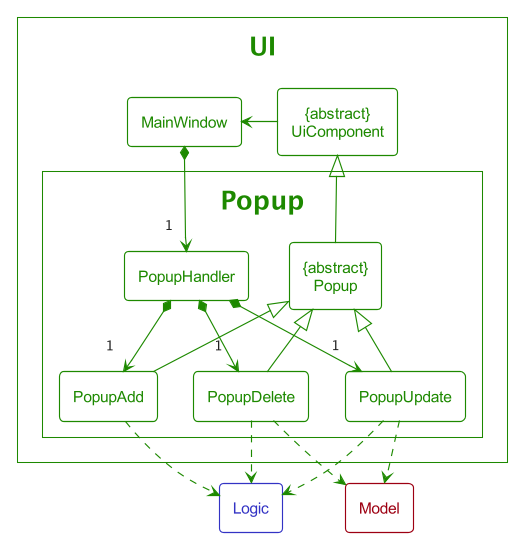
Earlier version of the PlantUML export docs/images/UiPopupDiagram.png (nus-cs2103-AY2122S2/tp).
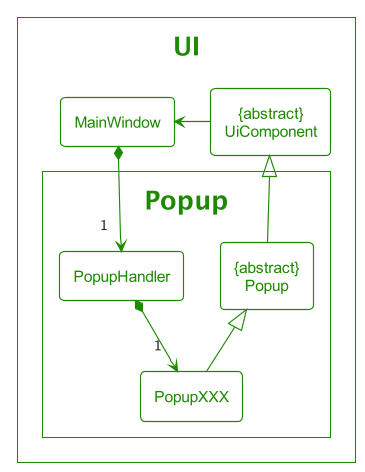
Later version of the same file.

Diff of the diagram source:
```diff
@@ -3,40 +3,24 @@
 
 $OverrideTheme(UI_COLOR)
 
-package UI as UiPackage<<Ui>> {
+package UI <<Ui>> {
     class "{abstract}\nUiComponent" as UiComponent<<Ui>>
     class MainWindow<<Ui>>
 
-    package Popup as PopupContainer<<Ui>> {
-       class "{abstract}\nPopup" as Popup<<Ui>>
-       class PopupHandler<<Ui>>
-       class PopupAdd<<Ui>>
-       class PopupDelete<<Ui>>
-       class PopupUpdate<<Ui>>
+    package Popup <<Ui>> {
+        class "{abstract}\nPopup" as Popup<<Ui>>
+        class PopupHandler<<Ui>>
+        class PopupXXX<<Ui>>
     }
 }
 
-class Model<<Model>>
-class Logic<<Logic>>
-
 MainWindow *--> "1" PopupHandler
 
-PopupHandler *-->  "1" PopupAdd
-PopupHandler *-->  "1" PopupDelete
-PopupHandler *-->  "1" PopupUpdate
+PopupHandler *-->  "1" PopupXXX
 
-PopupAdd -up-|> Popup
-PopupDelete -up-|> Popup
-PopupUpdate -up-|> Popup
+PopupXXX -up-|> Popup
 
 Popup -up-|> UiComponent
-
-
-PopupAdd ..> Logic
-PopupUpdate ..> Model
-PopupUpdate ..> Logic
-PopupDelete ..> Model
-PopupDelete ..> Logic
 
 UiComponent -left-> MainWindow
 
```
